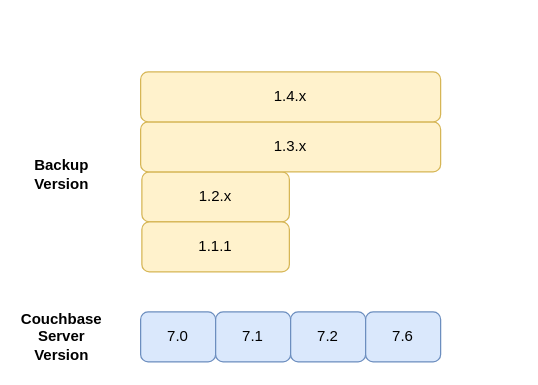
This is page "Compat Kuberentes" (1 of 3) of drawio-charts/backup-compat.drawio from couchbase/docs-operator, a draw.io file, before an edit. Source tidied: cells renumbered, new cells numbered last; positions are measured from the earlier drawing's top-left corner, leaving out a move shared by most shapes. Both pictures are drawn from the tidied source at 125%, with x=0, y=0 at pixel (36, 71).
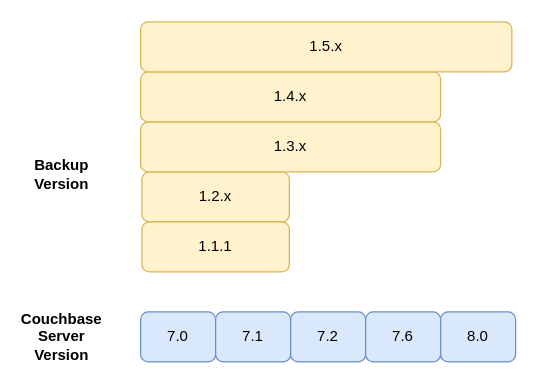
The same page after the edit.

What changed in the source:
```diff
@@
 <mxGraphModel>
   <root>
     <mxCell id="0" />
     <mxCell id="1" parent="0" />
     <mxCell id="2" value="7.0" style="rounded=1;whiteSpace=wrap;html=1;fillColor=#dae8fc;strokeColor=#6c8ebf;" parent="1" vertex="1">
       <mxGeometry x="83" y="192" width="60" height="40" as="geometry" />
     </mxCell>
     <mxCell id="3" value="7.1" style="rounded=1;whiteSpace=wrap;html=1;fillColor=#dae8fc;strokeColor=#6c8ebf;" parent="1" vertex="1">
       <mxGeometry x="143" y="192" width="60" height="40" as="geometry" />
     </mxCell>
     <mxCell id="4" value="1.2.x" style="rounded=1;whiteSpace=wrap;html=1;fillColor=#fff2cc;strokeColor=#d6b656;" parent="1" vertex="1">
       <mxGeometry x="84" y="80" width="118" height="40" as="geometry" />
     </mxCell>
     <mxCell id="5" value="1.1.1" style="rounded=1;whiteSpace=wrap;html=1;fillColor=#fff2cc;strokeColor=#d6b656;" parent="1" vertex="1">
       <mxGeometry x="84" y="120" width="118" height="40" as="geometry" />
     </mxCell>
     <mxCell id="6" value="&lt;div&gt;&lt;b&gt;Backup&lt;/b&gt;&lt;/div&gt;&lt;div&gt;&lt;b&gt;Version&lt;/b&gt;&lt;/div&gt;" style="text;html=1;strokeColor=none;fillColor=none;align=center;verticalAlign=middle;whiteSpace=wrap;rounded=0;rotation=0;" parent="1" vertex="1">
       <mxGeometry y="72" width="40" height="20" as="geometry" />
     </mxCell>
     <mxCell id="7" value="&lt;div&gt;&lt;b&gt;Couchbase&lt;/b&gt;&lt;/div&gt;&lt;div&gt;&lt;b&gt;Server&lt;/b&gt;&lt;/div&gt;&lt;div&gt;&lt;b&gt;Version&lt;br&gt;&lt;/b&gt;&lt;/div&gt;" style="text;html=1;strokeColor=none;fillColor=none;align=center;verticalAlign=middle;whiteSpace=wrap;rounded=0;rotation=0;" parent="1" vertex="1">
       <mxGeometry y="202" width="40" height="20" as="geometry" />
     </mxCell>
     <mxCell id="8" value="1.3.x" style="rounded=1;whiteSpace=wrap;html=1;fillColor=#fff2cc;strokeColor=#d6b656;" parent="1" vertex="1">
       <mxGeometry x="83" y="40" width="240" height="40" as="geometry" />
     </mxCell>
     <mxCell id="9" value="7.2" style="rounded=1;whiteSpace=wrap;html=1;fillColor=#dae8fc;strokeColor=#6c8ebf;" parent="1" vertex="1">
       <mxGeometry x="203" y="192" width="60" height="40" as="geometry" />
     </mxCell>
     <mxCell id="10" value="7.6" style="rounded=1;whiteSpace=wrap;html=1;fillColor=#dae8fc;strokeColor=#6c8ebf;" parent="1" vertex="1">
       <mxGeometry x="263" y="192" width="60" height="40" as="geometry" />
     </mxCell>
     <mxCell id="11" value="1.4.x" style="rounded=1;whiteSpace=wrap;html=1;fillColor=#fff2cc;strokeColor=#d6b656;" parent="1" vertex="1">
       <mxGeometry x="83" width="240" height="40" as="geometry" />
     </mxCell>
+    <mxCell id="12" value="8.0" style="rounded=1;whiteSpace=wrap;html=1;fillColor=#dae8fc;strokeColor=#6c8ebf;" parent="1" vertex="1">
+      <mxGeometry x="323" y="192" width="60" height="40" as="geometry" />
+    </mxCell>
+    <mxCell id="13" value="1.5.x" style="rounded=1;whiteSpace=wrap;html=1;fillColor=#fff2cc;strokeColor=#d6b656;" parent="1" vertex="1">
+      <mxGeometry x="83" y="-40" width="297" height="40" as="geometry" />
+    </mxCell>
   </root>
 </mxGraphModel>
```
